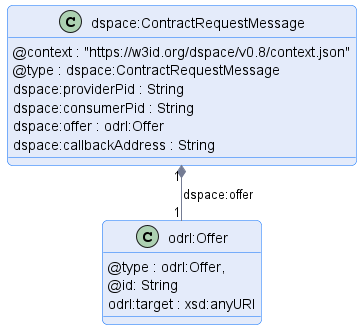
The PlantUML diagram negotiation/message/diagram/contract-request-message.png in International-Data-Spaces-Association/ids-specification, before a commit.
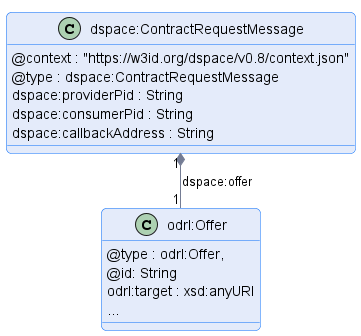
The same file after the commit.

Diff of the diagram source:
```diff
@@ -11,7 +11,6 @@
     @type : dspace:ContractRequestMessage
     dspace:providerPid : String
     dspace:consumerPid : String
-    dspace:offer : odrl:Offer
     dspace:callbackAddress : String
 }
 
@@ -19,6 +18,7 @@
     @type : odrl:Offer,
     @id: String
     odrl:target : xsd:anyURI
+    ...
 }
 
 "dspace:ContractRequestMessage" "1" *-- "1" "odrl:Offer" : "dspace:offer"
```
